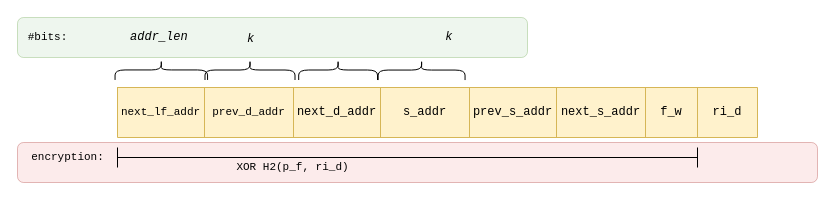
Earlier version of the draw.io diagram page "Page-3" (3 of 3) of diagrams/format_figures.drawio (thisisel/dynamic-sse). Source tidied: cells renumbered, new cells numbered last; positions are measured from the earlier drawing's top-left corner, leaving out a move shared by most shapes. Both pictures are drawn from the tidied source at 100%, with x=0, y=0 at pixel (17, 17).
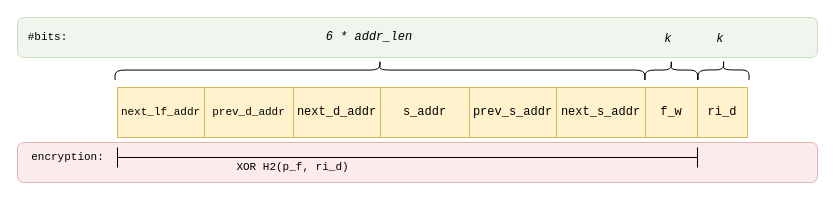
The same page after the edit.

The edit, as a diff of the source:
```diff
@@
     <mxCell id="3" style="rounded=1;whiteSpace=wrap;html=1;fontFamily=Courier New;fontSize=11;fillColor=#d5e8d4;opacity=40;strokeColor=#82b366;" parent="1" vertex="1">
-      <mxGeometry width="510" height="40" as="geometry" />
+      <mxGeometry width="800" height="40" as="geometry" />
     </mxCell>
     <mxCell id="4" style="shape=table;startSize=0;childLayout=tableLayout;fontFamily=Courier New;fillColor=#fff2cc;strokeColor=#d6b656;" parent="1" vertex="1">
-      <mxGeometry x="100" y="70" width="640" height="50" as="geometry" />
+      <mxGeometry x="100" y="70" width="630" height="50" as="geometry" />
     </mxCell>
     <mxCell id="5" style="shape=tableRow;horizontal=0;startSize=0;swimlaneHead=0;swimlaneBody=0;top=0;left=0;bottom=0;right=0;fillColor=none;fontFamily=Courier New;" parent="4" vertex="1">
-      <mxGeometry width="640" height="50" as="geometry" />
+      <mxGeometry width="630" height="50" as="geometry" />
     </mxCell>
@@
     <mxCell id="13" value="ri_d" style="shape=partialRectangle;html=1;whiteSpace=wrap;overflow=hidden;fillColor=none;top=0;left=0;bottom=0;right=0;fontFamily=Courier New;" parent="5" vertex="1">
-      <mxGeometry x="580" width="60" height="50" as="geometry" />
+      <mxGeometry x="580" width="50" height="50" as="geometry" />
     </mxCell>
-    <mxCell id="14" style="shape=curlyBracket;whiteSpace=wrap;html=1;rounded=1;flipH=1;labelPosition=right;verticalLabelPosition=middle;align=left;verticalAlign=middle;rotation=-90;fontFamily=Courier New;" parent="1" vertex="1">
-      <mxGeometry x="222.5" y="7.5" width="20" height="90" as="geometry" />
-    </mxCell>
     <mxCell id="15" style="shape=curlyBracket;whiteSpace=wrap;html=1;rounded=1;flipH=1;labelPosition=right;verticalLabelPosition=middle;align=left;verticalAlign=middle;rotation=-90;fontFamily=Courier New;" parent="1" vertex="1">
-      <mxGeometry x="133.8" y="6.2" width="20" height="92.5" as="geometry" />
+      <mxGeometry x="352.4" y="-212.3" width="20" height="529.7" as="geometry" />
     </mxCell>
-    <mxCell id="16" value="&lt;i&gt;k&lt;/i&gt;" style="text;html=1;align=center;verticalAlign=middle;strokeColor=none;fillColor=none;fontFamily=Courier New;" parent="1" vertex="1">
-      <mxGeometry x="217.5" y="7" width="30" height="30" as="geometry" />
-    </mxCell>
-    <mxCell id="17" value="&lt;i&gt;addr_len&amp;nbsp;&lt;/i&gt;" style="text;html=1;align=center;verticalAlign=middle;strokeColor=none;fillColor=none;fontFamily=Courier New;" parent="1" vertex="1">
-      <mxGeometry x="100" y="5" width="90" height="30" as="geometry" />
+    <mxCell id="17" value="&lt;i&gt;6 * addr_len&amp;nbsp;&lt;/i&gt;" style="text;html=1;align=center;verticalAlign=middle;strokeColor=none;fillColor=none;fontFamily=Courier New;" parent="1" vertex="1">
+      <mxGeometry x="295" y="5" width="120" height="30" as="geometry" />
     </mxCell>
@@
-    <mxCell id="20" style="shape=curlyBracket;whiteSpace=wrap;html=1;rounded=1;flipH=1;labelPosition=right;verticalLabelPosition=middle;align=left;verticalAlign=middle;rotation=-90;fontFamily=Courier New;" parent="1" vertex="1">
-      <mxGeometry x="310.6" y="13.1" width="20" height="78.8" as="geometry" />
-    </mxCell>
     <mxCell id="21" value="&lt;i&gt;k&amp;nbsp;&lt;/i&gt;" style="text;html=1;align=center;verticalAlign=middle;strokeColor=none;fillColor=none;fontFamily=Courier New;" parent="1" vertex="1">
-      <mxGeometry x="415" y="5" width="40" height="30" as="geometry" />
+      <mxGeometry x="633.8" y="7" width="40" height="30" as="geometry" />
     </mxCell>
@@
-    <mxCell id="24" style="shape=curlyBracket;whiteSpace=wrap;html=1;rounded=1;flipH=1;labelPosition=right;verticalLabelPosition=middle;align=left;verticalAlign=middle;rotation=-90;fontFamily=Courier New;" parent="1" vertex="1">
-      <mxGeometry x="394.1" y="9.1" width="20" height="86.9" as="geometry" />
-    </mxCell>
+    <mxCell id="25" style="shape=curlyBracket;whiteSpace=wrap;html=1;rounded=1;flipH=1;labelPosition=right;verticalLabelPosition=middle;align=left;verticalAlign=middle;rotation=-90;fontFamily=Courier New;" parent="1" vertex="1">
+      <mxGeometry x="643.8" y="26.3" width="20" height="52.5" as="geometry" />
+    </mxCell>
+    <mxCell id="26" style="shape=curlyBracket;whiteSpace=wrap;html=1;rounded=1;flipH=1;labelPosition=right;verticalLabelPosition=middle;align=left;verticalAlign=middle;rotation=-90;fontFamily=Courier New;" parent="1" vertex="1">
+      <mxGeometry x="696.1" y="27" width="20" height="50.9" as="geometry" />
+    </mxCell>
+    <mxCell id="16" value="&lt;i&gt;k&amp;nbsp;&lt;/i&gt;" style="text;html=1;align=center;verticalAlign=middle;strokeColor=none;fillColor=none;fontFamily=Courier New;" parent="1" vertex="1">
+      <mxGeometry x="686.1" y="7" width="40" height="30" as="geometry" />
+    </mxCell>
```
